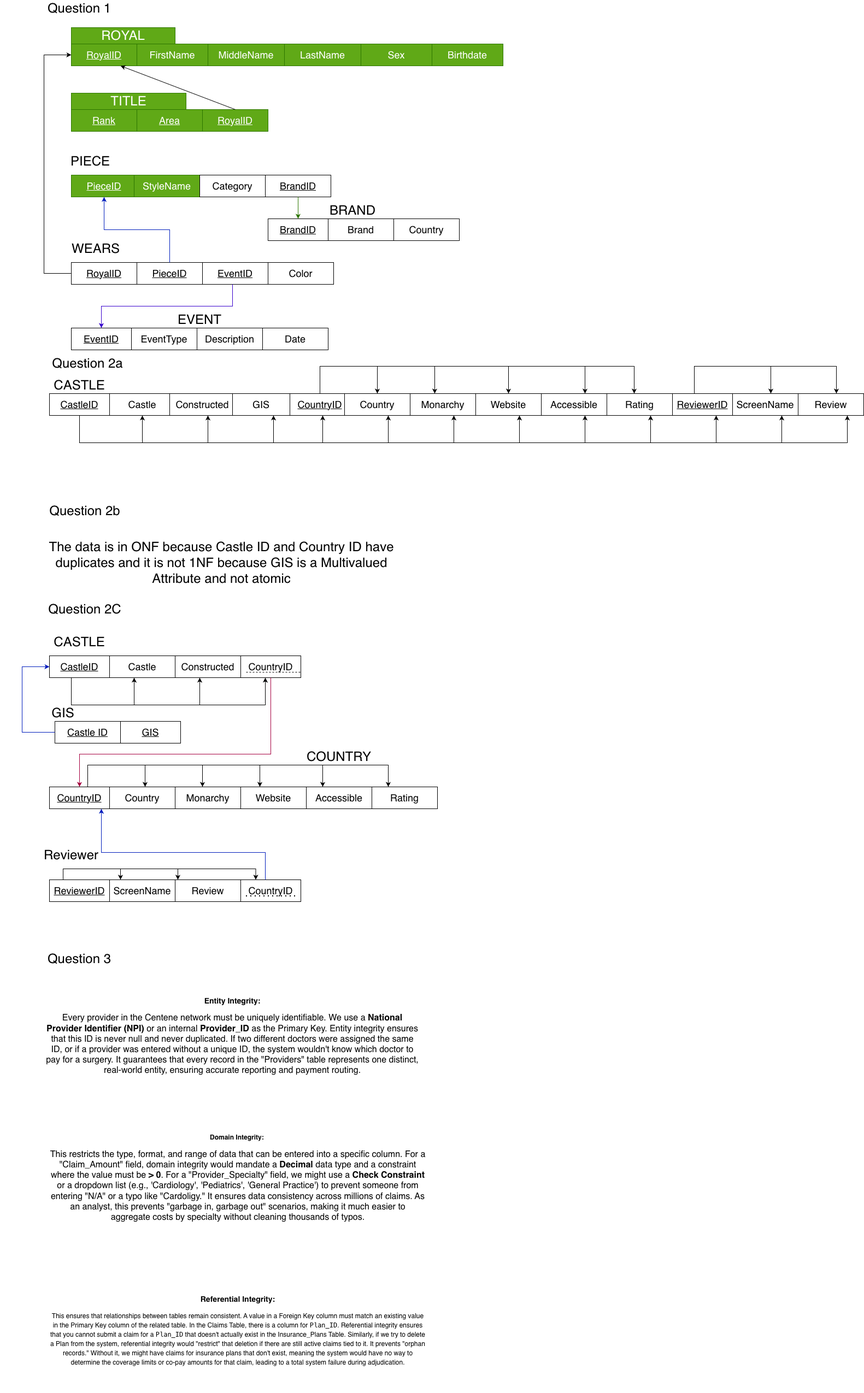
The draw.io diagram HW2/HW 2.drawio.png in KennethManzi1/Data-Management-Graduate-School-Course, before a commit. Source tidied: cells renumbered, new cells last; positions are measured from the earlier drawing's top-left corner, leaving out a move shared by most shapes.
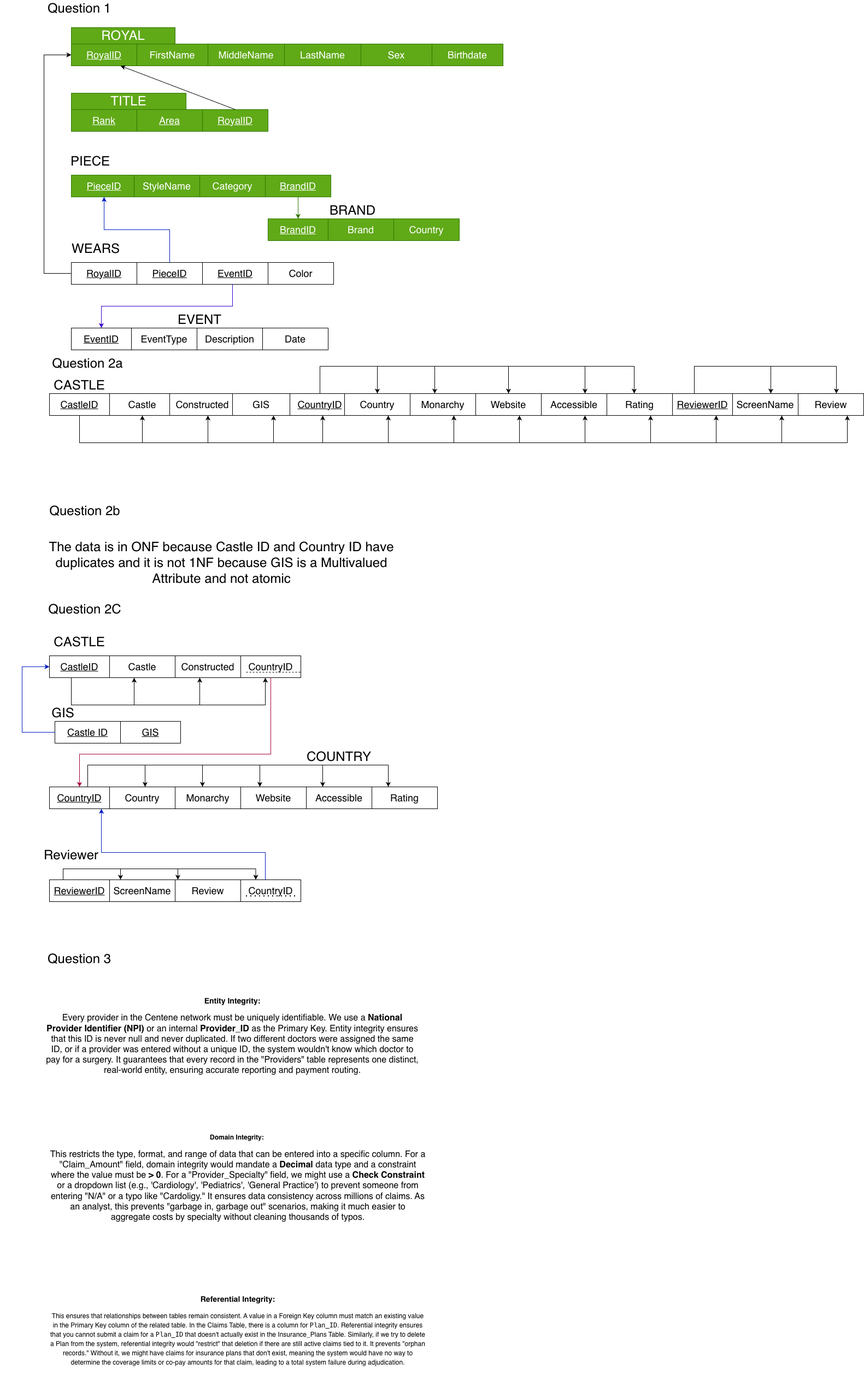
After the commit.

The edit, as a diff of the source:
```diff
@@ -52,22 +52,22 @@
     <mxCell id="17" value="&lt;font style=&quot;font-size: 18px;&quot;&gt;StyleName&lt;/font&gt;" style="whiteSpace=wrap;html=1;align=center;fillColor=#60a917;fontColor=#ffffff;strokeColor=#2D7600;" parent="1" vertex="1">
       <mxGeometry x="245" y="320" width="120" height="40" as="geometry" />
     </mxCell>
-    <mxCell id="18" value="&lt;font style=&quot;font-size: 18px;&quot;&gt;Category&lt;/font&gt;" style="whiteSpace=wrap;html=1;align=center;" parent="1" vertex="1">
+    <mxCell id="18" value="&lt;font style=&quot;font-size: 18px;&quot;&gt;Category&lt;/font&gt;" style="whiteSpace=wrap;html=1;align=center;fillColor=#60a917;fontColor=#ffffff;strokeColor=#2D7600;" parent="1" vertex="1">
       <mxGeometry x="365" y="320" width="120" height="40" as="geometry" />
     </mxCell>
-    <mxCell id="19" value="&lt;font style=&quot;font-size: 18px;&quot;&gt;&lt;u&gt;BrandID&lt;/u&gt;&lt;/font&gt;" style="whiteSpace=wrap;html=1;align=center;" parent="1" vertex="1">
+    <mxCell id="19" value="&lt;font style=&quot;font-size: 18px;&quot;&gt;&lt;u&gt;BrandID&lt;/u&gt;&lt;/font&gt;" style="whiteSpace=wrap;html=1;align=center;fillColor=#60a917;fontColor=#ffffff;strokeColor=#2D7600;" parent="1" vertex="1">
       <mxGeometry x="485" y="320" width="120" height="40" as="geometry" />
     </mxCell>
     <mxCell id="20" value="&lt;span style=&quot;font-size: 24px;&quot;&gt;PIECE&lt;/span&gt;" style="text;html=1;whiteSpace=wrap;strokeColor=none;fillColor=none;align=center;verticalAlign=middle;rounded=0;" parent="1" vertex="1">
       <mxGeometry x="40" y="280" width="250" height="30" as="geometry" />
     </mxCell>
-    <mxCell id="21" value="&lt;font style=&quot;font-size: 18px;&quot;&gt;&lt;u&gt;BrandID&lt;/u&gt;&lt;/font&gt;" style="whiteSpace=wrap;html=1;align=center;" parent="1" vertex="1">
+    <mxCell id="21" value="&lt;font style=&quot;font-size: 18px;&quot;&gt;&lt;u&gt;BrandID&lt;/u&gt;&lt;/font&gt;" style="whiteSpace=wrap;html=1;align=center;fillColor=#60a917;fontColor=#ffffff;strokeColor=#2D7600;" parent="1" vertex="1">
       <mxGeometry x="490" y="400" width="110" height="40" as="geometry" />
     </mxCell>
-    <mxCell id="22" value="&lt;font style=&quot;font-size: 18px;&quot;&gt;Brand&lt;/font&gt;" style="whiteSpace=wrap;html=1;align=center;" parent="1" vertex="1">
+    <mxCell id="22" value="&lt;font style=&quot;font-size: 18px;&quot;&gt;Brand&lt;/font&gt;" style="whiteSpace=wrap;html=1;align=center;fillColor=#60a917;fontColor=#ffffff;strokeColor=#2D7600;" parent="1" vertex="1">
       <mxGeometry x="600" y="400" width="120" height="40" as="geometry" />
     </mxCell>
-    <mxCell id="23" value="&lt;font style=&quot;font-size: 18px;&quot;&gt;Country&lt;/font&gt;" style="whiteSpace=wrap;html=1;align=center;" parent="1" vertex="1">
+    <mxCell id="23" value="&lt;font style=&quot;font-size: 18px;&quot;&gt;Country&lt;/font&gt;" style="whiteSpace=wrap;html=1;align=center;fillColor=#60a917;fontColor=#ffffff;strokeColor=#2D7600;" parent="1" vertex="1">
       <mxGeometry x="720" y="400" width="120" height="40" as="geometry" />
     </mxCell>
     <mxCell id="24" style="endArrow=classic;html=1;rounded=0;entryX=0.5;entryY=0;entryDx=0;entryDy=0;exitX=0.5;exitY=1;exitDx=0;exitDy=0;fillColor=#60a917;strokeColor=#2D7600;" parent="1" edge="1" source="19" target="21">
```
